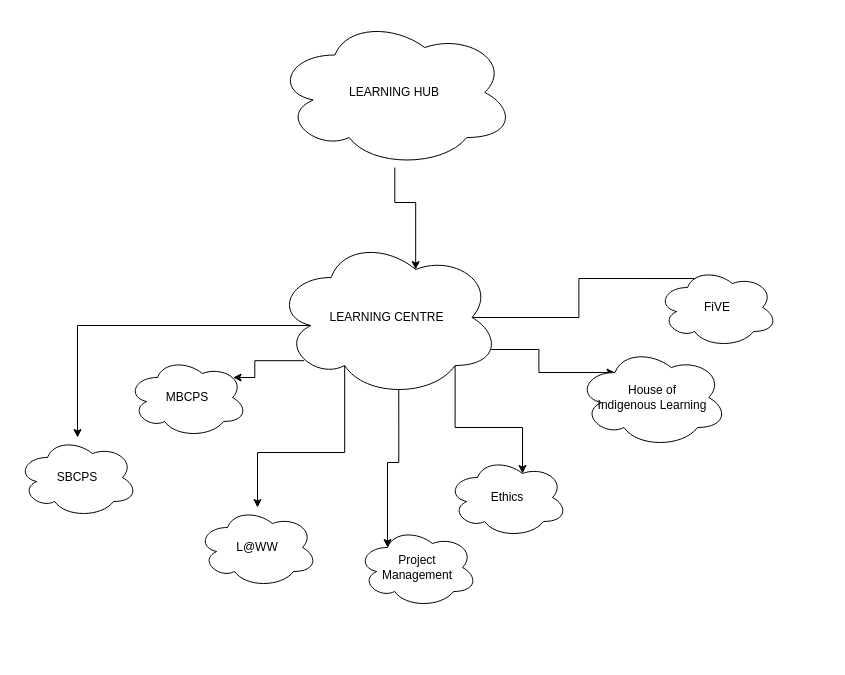
The draw.io diagram LearningCentreNetwork.drawio in allanhaggett/learning-centre-network, before the edit. Source tidied: cells renumbered, new cells numbered last; positions are measured from the earlier drawing's top-left corner, leaving out a move shared by most shapes. Both pictures are drawn from the tidied source at 100%, with x=0, y=0 at pixel (17, 17).
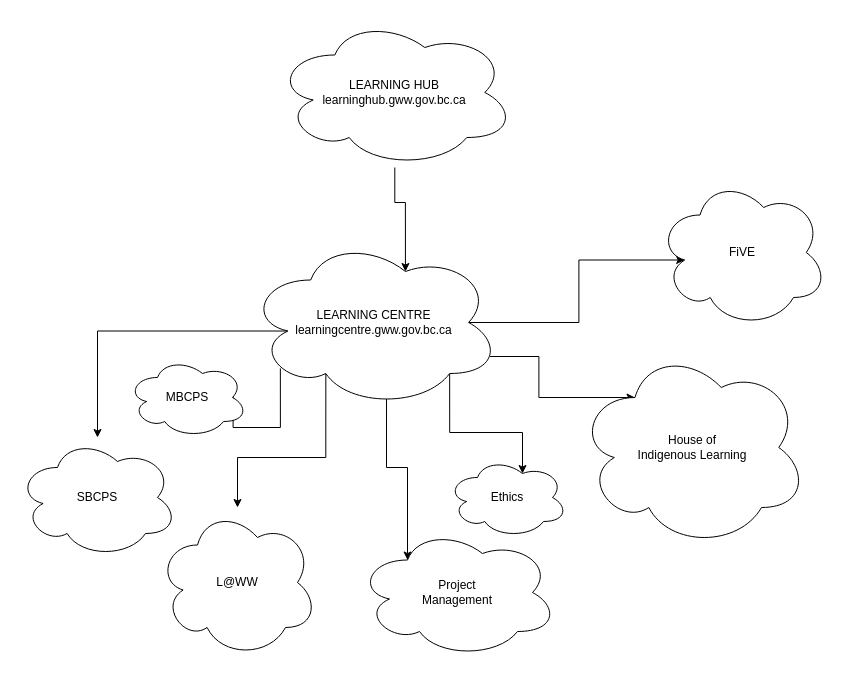
The same page after the edit.

Change to the diagram source:
```diff
@@
 <mxGraphModel>
   <root>
     <mxCell id="0" />
     <mxCell id="1" parent="0" />
     <mxCell id="2" style="edgeStyle=orthogonalEdgeStyle;rounded=0;jettySize=auto;html=1;entryX=0.625;entryY=0.2;entryDx=0;entryDy=0;entryPerimeter=0;" parent="1" edge="1" source="3" target="11">
       <mxGeometry relative="1" as="geometry" />
     </mxCell>
-    <mxCell id="3" value="LEARNING HUB" style="ellipse;shape=cloud;whiteSpace=wrap;html=1;" parent="1" vertex="1">
+    <mxCell id="3" value="&lt;div&gt;LEARNING HUB&lt;/div&gt;&lt;div&gt;learninghub.gww.gov.bc.ca&lt;br&gt;&lt;/div&gt;" style="ellipse;shape=cloud;whiteSpace=wrap;html=1;" parent="1" vertex="1">
       <mxGeometry x="257.3" width="240" height="150" as="geometry" />
     </mxCell>
     <mxCell id="4" style="edgeStyle=orthogonalEdgeStyle;rounded=0;jettySize=auto;html=1;exitX=0.16;exitY=0.55;exitDx=0;exitDy=0;exitPerimeter=0;" parent="1" edge="1" source="11" target="12">
       <mxGeometry relative="1" as="geometry" />
     </mxCell>
     <mxCell id="5" style="edgeStyle=orthogonalEdgeStyle;rounded=0;jettySize=auto;html=1;exitX=0.13;exitY=0.77;exitDx=0;exitDy=0;exitPerimeter=0;entryX=0.88;entryY=0.25;entryDx=0;entryDy=0;entryPerimeter=0;" parent="1" edge="1" source="11" target="13">
       <mxGeometry relative="1" as="geometry" />
     </mxCell>
     <mxCell id="6" style="edgeStyle=orthogonalEdgeStyle;rounded=0;jettySize=auto;html=1;exitX=0.31;exitY=0.8;exitDx=0;exitDy=0;exitPerimeter=0;" parent="1" edge="1" source="11" target="14">
       <mxGeometry relative="1" as="geometry" />
     </mxCell>
     <mxCell id="7" style="edgeStyle=orthogonalEdgeStyle;rounded=0;jettySize=auto;html=1;exitX=0.8;exitY=0.8;exitDx=0;exitDy=0;exitPerimeter=0;entryX=0.625;entryY=0.2;entryDx=0;entryDy=0;entryPerimeter=0;" parent="1" edge="1" source="11" target="15">
       <mxGeometry relative="1" as="geometry" />
     </mxCell>
-    <mxCell id="8" style="edgeStyle=orthogonalEdgeStyle;rounded=0;jettySize=auto;html=1;exitX=0.875;exitY=0.5;exitDx=0;exitDy=0;exitPerimeter=0;entryX=0.525;entryY=0.138;entryDx=0;entryDy=0;entryPerimeter=0;" parent="1" edge="1" source="11" target="17">
+    <mxCell id="8" style="edgeStyle=orthogonalEdgeStyle;rounded=0;jettySize=auto;html=1;exitX=0.875;exitY=0.5;exitDx=0;exitDy=0;exitPerimeter=0;entryX=0.16;entryY=0.55;entryDx=0;entryDy=0;entryPerimeter=0;" parent="1" edge="1" source="11" target="17">
       <mxGeometry relative="1" as="geometry" />
     </mxCell>
     <mxCell id="9" style="edgeStyle=orthogonalEdgeStyle;rounded=0;jettySize=auto;html=1;exitX=0.55;exitY=0.95;exitDx=0;exitDy=0;exitPerimeter=0;entryX=0.25;entryY=0.25;entryDx=0;entryDy=0;entryPerimeter=0;" parent="1" edge="1" source="11" target="18">
       <mxGeometry relative="1" as="geometry" />
     </mxCell>
     <mxCell id="10" style="edgeStyle=orthogonalEdgeStyle;rounded=0;jettySize=auto;html=1;exitX=0.96;exitY=0.7;exitDx=0;exitDy=0;exitPerimeter=0;entryX=0.25;entryY=0.25;entryDx=0;entryDy=0;entryPerimeter=0;" parent="1" edge="1" source="11" target="16">
       <mxGeometry relative="1" as="geometry" />
     </mxCell>
-    <mxCell id="11" value="LEARNING CENTRE" style="ellipse;shape=cloud;whiteSpace=wrap;html=1;" parent="1" vertex="1">
-      <mxGeometry x="257.3" y="220" width="225.4" height="160" as="geometry" />
+    <mxCell id="11" value="&lt;div&gt;LEARNING CENTRE&lt;br&gt;&lt;/div&gt;&lt;div&gt;learningcentre.gww.gov.bc.ca&lt;/div&gt;" style="ellipse;shape=cloud;whiteSpace=wrap;html=1;" parent="1" vertex="1">
+      <mxGeometry x="230" y="220" width="252.7" height="170" as="geometry" />
     </mxCell>
     <mxCell id="12" value="SBCPS" style="ellipse;shape=cloud;whiteSpace=wrap;html=1;" parent="1" vertex="1">
-      <mxGeometry y="420" width="120" height="80" as="geometry" />
+      <mxGeometry y="420" width="160" height="120" as="geometry" />
     </mxCell>
     <mxCell id="13" value="MBCPS" style="ellipse;shape=cloud;whiteSpace=wrap;html=1;" parent="1" vertex="1">
       <mxGeometry x="110" y="340" width="120" height="80" as="geometry" />
     </mxCell>
     <mxCell id="14" value="L@WW" style="ellipse;shape=cloud;whiteSpace=wrap;html=1;" parent="1" vertex="1">
-      <mxGeometry x="180" y="490" width="120" height="80" as="geometry" />
+      <mxGeometry x="140" y="490" width="160" height="150" as="geometry" />
     </mxCell>
     <mxCell id="15" value="Ethics" style="ellipse;shape=cloud;whiteSpace=wrap;html=1;" parent="1" vertex="1">
       <mxGeometry x="430" y="440" width="120" height="80" as="geometry" />
     </mxCell>
     <mxCell id="16" value="&lt;div&gt;House of &lt;br&gt;&lt;/div&gt;&lt;div&gt;Indigenous Learning&lt;/div&gt;" style="ellipse;shape=cloud;whiteSpace=wrap;html=1;" parent="1" vertex="1">
-      <mxGeometry x="560" y="330" width="150" height="100" as="geometry" />
+      <mxGeometry x="560" y="330" width="230" height="200" as="geometry" />
     </mxCell>
     <mxCell id="17" value="FiVE" style="ellipse;shape=cloud;whiteSpace=wrap;html=1;" parent="1" vertex="1">
-      <mxGeometry x="640" y="250" width="120" height="80" as="geometry" />
+      <mxGeometry x="640" y="160" width="170" height="150" as="geometry" />
     </mxCell>
     <mxCell id="18" value="&lt;div&gt;Project &lt;br&gt;&lt;/div&gt;&lt;div&gt;Management&lt;/div&gt;" style="ellipse;shape=cloud;whiteSpace=wrap;html=1;" parent="1" vertex="1">
-      <mxGeometry x="340" y="510" width="120" height="80" as="geometry" />
+      <mxGeometry x="340" y="510" width="200" height="130" as="geometry" />
     </mxCell>
   </root>
 </mxGraphModel>
```
